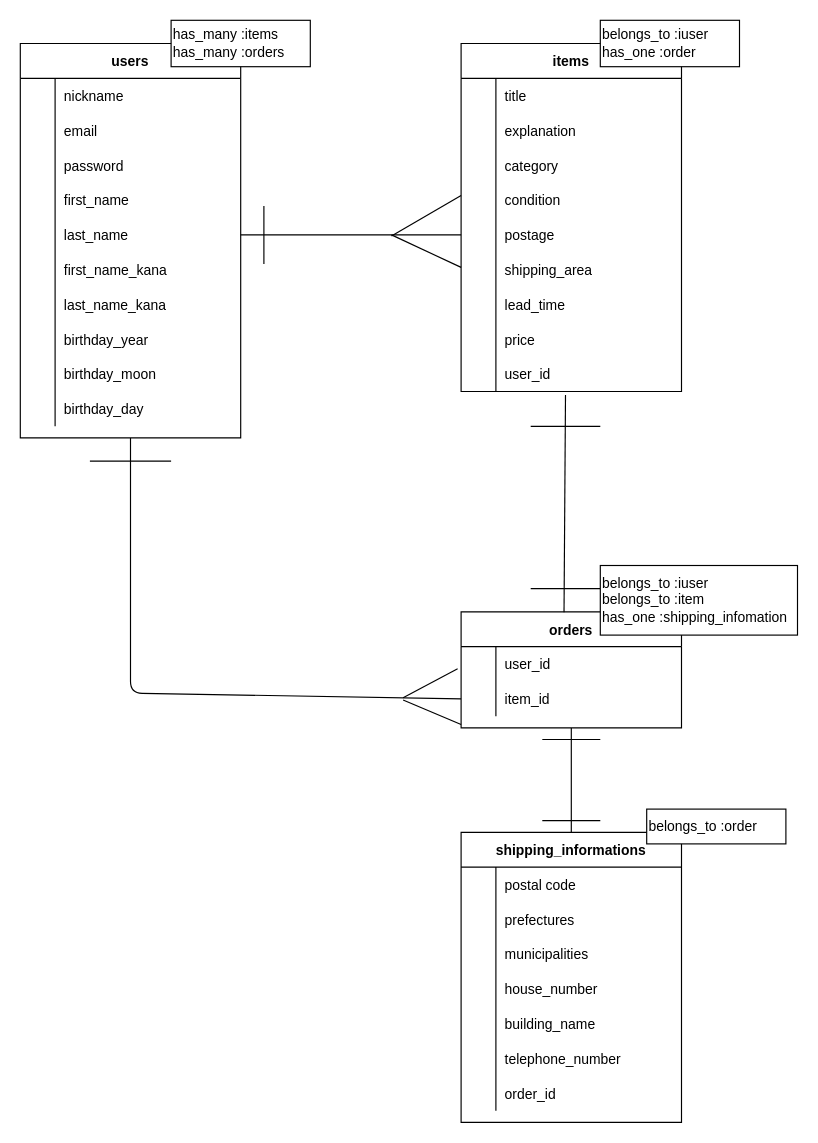
Above: フリマER.dio in daisuke1418/furima-35797 (draw.io), before the change. Source tidied: cells renumbered, new cells numbered last; positions are measured from the earlier drawing's top-left corner, leaving out a move shared by most shapes. Both pictures are drawn from the tidied source at 116%, with x=0, y=0 at pixel (20, 20).
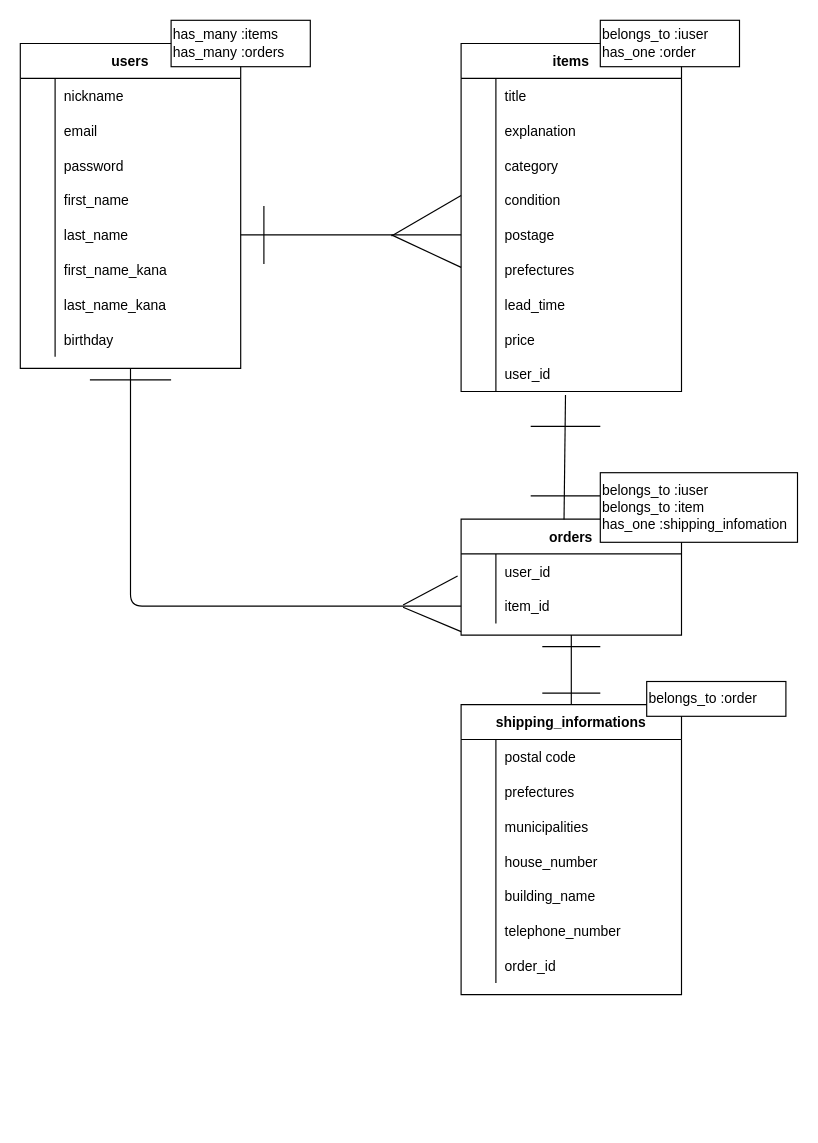
The same diagram, later.

Commit message (it also covers changes not shown here):
指摘箇所９箇所修正完了

Unchanged cells that the change refers to:
```xml
<mxCell id="24" style="shape=partialRectangle;fillColor=none;top=0;left=0;bottom=0;right=0;" parent="2" vertex="1">
  <mxGeometry y="240" width="190" height="30" as="geometry" />
</mxCell>
<mxCell id="49" style="shape=partialRectangle;fillColor=none;top=0;left=0;bottom=0;right=0;" parent="33" vertex="1">
  <mxGeometry y="180" width="190" height="30" as="geometry" />
</mxCell>
<mxCell id="69" style="shape=partialRectangle;fillColor=none;top=0;left=0;bottom=0;right=0;points=[[0,0.5],[1,0.5]];portConstraint=eastwest;" parent="65" vertex="1">
  <mxGeometry y="60" width="190" height="30" as="geometry" />
</mxCell>
```

What changed in the source:
```diff
@@
     <mxCell id="2" value="users" style="shape=table;startSize=30;childLayout=tableLayout;rowLines=0;fontStyle=1;align=center;" parent="1" vertex="1">
-      <mxGeometry y="20" width="190" height="340" as="geometry" />
+      <mxGeometry y="20" width="190" height="280" as="geometry" />
     </mxCell>
@@
-    <mxCell id="26" value="birthday_year" style="shape=partialRectangle;fillColor=none;top=0;left=0;bottom=0;right=0;align=left;spacingLeft=6;overflow=hidden;" parent="24" vertex="1">
+    <mxCell id="26" value="birthday" style="shape=partialRectangle;fillColor=none;top=0;left=0;bottom=0;right=0;align=left;spacingLeft=6;overflow=hidden;" parent="24" vertex="1">
       <mxGeometry x="30" width="160" height="30" as="geometry" />
     </mxCell>
-    <mxCell id="27" style="shape=partialRectangle;fillColor=none;top=0;left=0;bottom=0;right=0;" parent="2" vertex="1">
-      <mxGeometry y="270" width="190" height="30" as="geometry" />
-    </mxCell>
-    <mxCell id="28" style="shape=partialRectangle;fillColor=none;top=0;left=0;bottom=0;right=0;overflow=hidden;" parent="27" vertex="1">
-      <mxGeometry width="30" height="30" as="geometry" />
-    </mxCell>
-    <mxCell id="29" value="birthday_moon" style="shape=partialRectangle;fillColor=none;top=0;left=0;bottom=0;right=0;align=left;spacingLeft=6;overflow=hidden;" parent="27" vertex="1">
-      <mxGeometry x="30" width="160" height="30" as="geometry" />
-    </mxCell>
-    <mxCell id="30" style="shape=partialRectangle;fillColor=none;top=0;left=0;bottom=0;right=0;" parent="2" vertex="1">
-      <mxGeometry y="300" width="190" height="30" as="geometry" />
-    </mxCell>
-    <mxCell id="31" style="shape=partialRectangle;fillColor=none;top=0;left=0;bottom=0;right=0;overflow=hidden;" parent="30" vertex="1">
-      <mxGeometry width="30" height="30" as="geometry" />
-    </mxCell>
-    <mxCell id="32" value="birthday_day" style="shape=partialRectangle;fillColor=none;top=0;left=0;bottom=0;right=0;align=left;spacingLeft=6;overflow=hidden;" parent="30" vertex="1">
-      <mxGeometry x="30" width="160" height="30" as="geometry" />
-    </mxCell>
@@
-    <mxCell id="51" value="shipping_area" style="shape=partialRectangle;fillColor=none;top=0;left=0;bottom=0;right=0;align=left;spacingLeft=6;overflow=hidden;" parent="49" vertex="1">
+    <mxCell id="51" value="prefectures" style="shape=partialRectangle;fillColor=none;top=0;left=0;bottom=0;right=0;align=left;spacingLeft=6;overflow=hidden;" parent="49" vertex="1">
       <mxGeometry x="30" width="160" height="30" as="geometry" />
     </mxCell>
@@
     <mxCell id="65" value="orders" style="shape=table;startSize=30;childLayout=tableLayout;rowLines=0;fontStyle=1;align=center;" parent="1" vertex="1">
-      <mxGeometry x="380" y="510" width="190" height="100" as="geometry" />
+      <mxGeometry x="380" y="430" width="190" height="100" as="geometry" />
     </mxCell>
@@
     <mxCell id="74" style="endArrow=none;html=1;strokeColor=#000000;" parent="1" edge="1">
       <mxGeometry relative="1" as="geometry">
-        <mxPoint x="440" y="490" as="sourcePoint" />
-        <mxPoint x="500" y="490" as="targetPoint" />
+        <mxPoint x="440" y="410" as="sourcePoint" />
+        <mxPoint x="500" y="410" as="targetPoint" />
       </mxGeometry>
     </mxCell>
     <mxCell id="75" style="endArrow=none;html=1;strokeColor=#000000;exitX=0.5;exitY=1;exitDx=0;exitDy=0;entryX=0;entryY=0.5;entryDx=0;entryDy=0;" parent="1" edge="1" source="2" target="69">
       <mxGeometry relative="1" as="geometry">
         <Array as="points">
-          <mxPoint x="95" y="580" />
+          <mxPoint x="95" y="505" />
         </Array>
       </mxGeometry>
     </mxCell>
     <mxCell id="76" style="endArrow=none;html=1;strokeColor=#000000;" parent="1" edge="1">
       <mxGeometry relative="1" as="geometry">
-        <mxPoint x="60" y="380" as="sourcePoint" />
-        <mxPoint x="130" y="380" as="targetPoint" />
+        <mxPoint x="60" y="310" as="sourcePoint" />
+        <mxPoint x="130" y="310" as="targetPoint" />
       </mxGeometry>
     </mxCell>
     <mxCell id="77" style="endArrow=none;html=1;strokeColor=#000000;entryX=0;entryY=0.5;entryDx=0;entryDy=0;" parent="1" edge="1">
       <mxGeometry relative="1" as="geometry">
-        <mxPoint x="330" y="584" as="sourcePoint" />
-        <mxPoint x="377" y="559" as="targetPoint" />
+        <mxPoint x="330" y="504" as="sourcePoint" />
+        <mxPoint x="377" y="479" as="targetPoint" />
       </mxGeometry>
     </mxCell>
     <mxCell id="78" style="endArrow=none;html=1;strokeColor=#000000;" parent="1" edge="1">
       <mxGeometry relative="1" as="geometry">
-        <mxPoint x="330" y="586" as="sourcePoint" />
-        <mxPoint x="380" y="607" as="targetPoint" />
+        <mxPoint x="330" y="506" as="sourcePoint" />
+        <mxPoint x="380" y="527" as="targetPoint" />
       </mxGeometry>
     </mxCell>
@@
     <mxCell id="81" value="belongs_to :iuser&lt;br&gt;belongs_to :item&lt;br&gt;has_one :shipping_infomation" style="rounded=0;whiteSpace=wrap;html=1;align=left;" parent="1" vertex="1">
-      <mxGeometry x="500" y="470" width="170" height="60" as="geometry" />
+      <mxGeometry x="500" y="390" width="170" height="60" as="geometry" />
     </mxCell>
     <mxCell id="82" value="shipping_informations" style="shape=table;startSize=30;childLayout=tableLayout;rowLines=0;fontStyle=1;align=center;" parent="1" vertex="1">
-      <mxGeometry x="380" y="700" width="190" height="250" as="geometry" />
+      <mxGeometry x="380" y="590" width="190" height="250" as="geometry" />
     </mxCell>
@@
     <mxCell id="105" style="endArrow=none;html=1;" parent="1" edge="1">
       <mxGeometry relative="1" as="geometry">
-        <mxPoint x="450" y="620" as="sourcePoint" />
-        <mxPoint x="500" y="620" as="targetPoint" />
+        <mxPoint x="450" y="540" as="sourcePoint" />
+        <mxPoint x="500" y="540" as="targetPoint" />
       </mxGeometry>
     </mxCell>
     <mxCell id="106" style="endArrow=none;html=1;" parent="1" edge="1">
       <mxGeometry relative="1" as="geometry">
-        <mxPoint x="450" y="690" as="sourcePoint" />
-        <mxPoint x="500" y="690" as="targetPoint" />
+        <mxPoint x="450" y="580" as="sourcePoint" />
+        <mxPoint x="500" y="580" as="targetPoint" />
       </mxGeometry>
     </mxCell>
     <mxCell id="107" value="belongs_to :order" style="rounded=0;whiteSpace=wrap;html=1;align=left;" parent="1" vertex="1">
-      <mxGeometry x="540" y="680" width="120" height="30" as="geometry" />
+      <mxGeometry x="540" y="570" width="120" height="30" as="geometry" />
     </mxCell>
```
